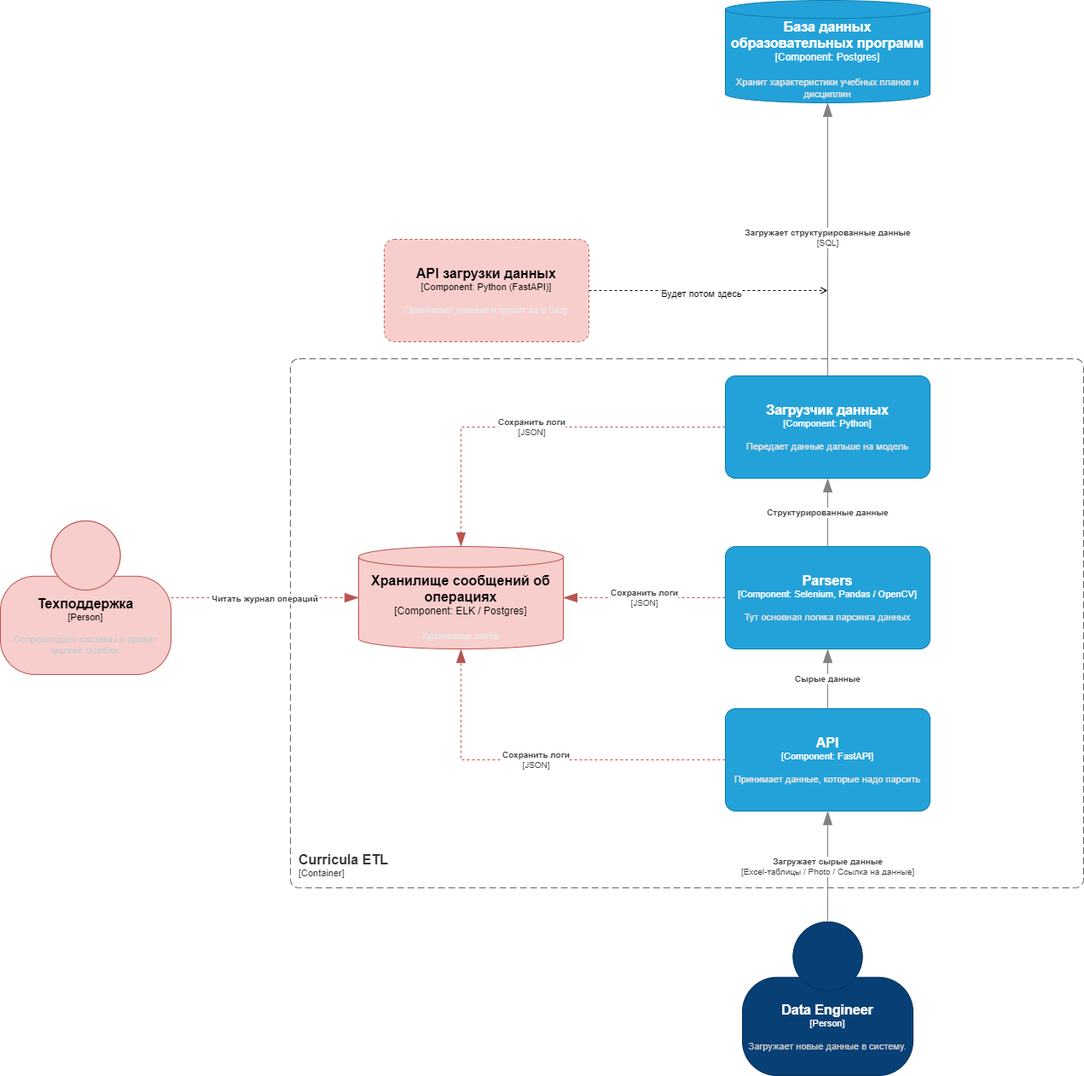
Before: Lab Work №3/docs/SSAD 3.png, a diagram exported from draw.io (yunas-x/Diploma). Source tidied: cells renumbered, new cells last; positions are measured from the earlier drawing's top-left corner, leaving out a move shared by most shapes.
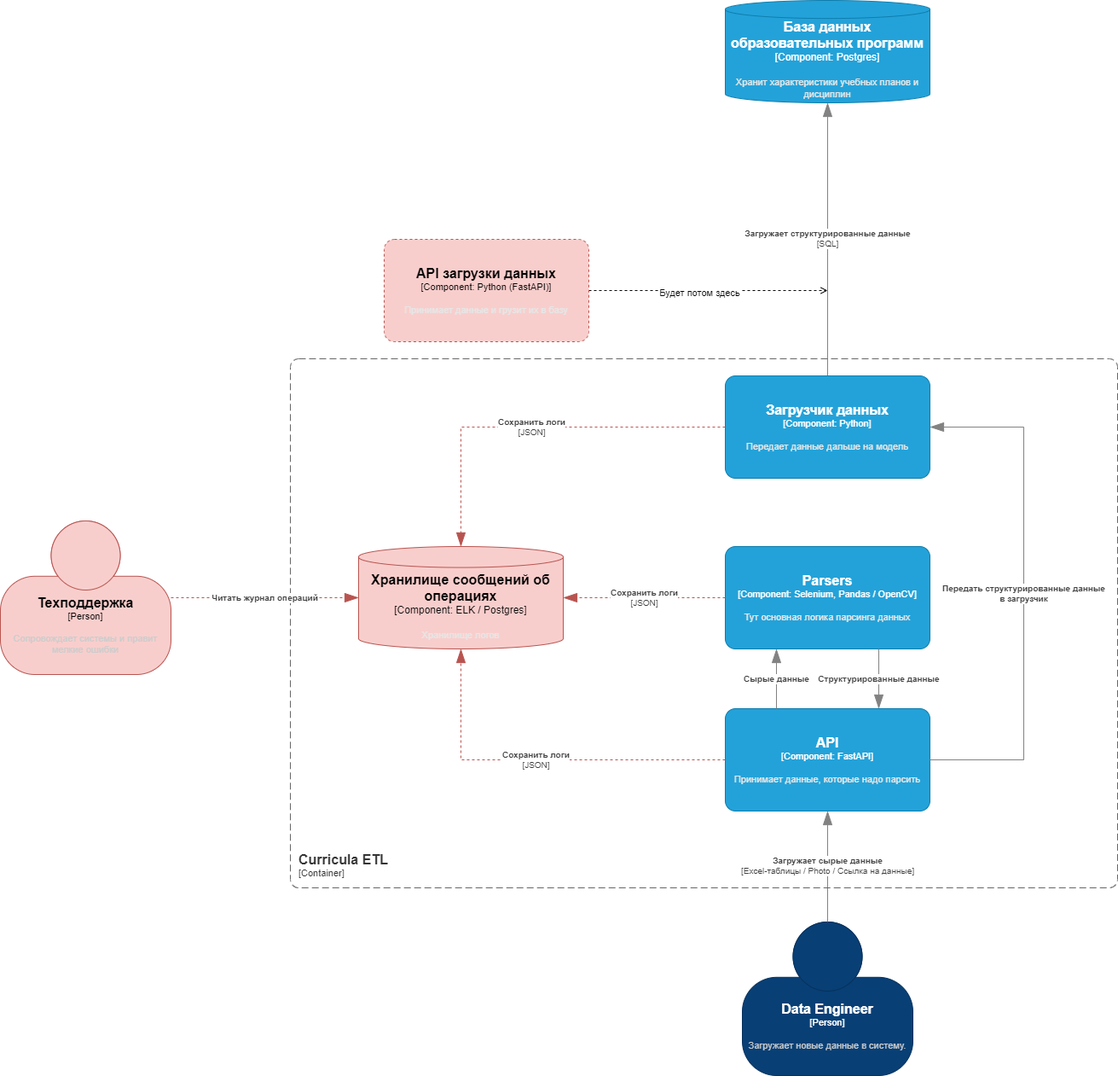
Above is the later version.

Change to the diagram source:
```diff
@@ -24,7 +24,7 @@
     </object>
     <object id="6" label="&lt;font style=&quot;font-size: 16px&quot;&gt;&lt;b&gt;&lt;div style=&quot;text-align: left&quot;&gt;%c4Name%&lt;/div&gt;&lt;/b&gt;&lt;/font&gt;&lt;div style=&quot;text-align: left&quot;&gt;[%c4Application%]&lt;/div&gt;" c4Application="Container" c4Name="Curricula ETL " c4Type="ContainerScopeBoundary" placeholders="1">
       <mxCell style="rounded=1;fontSize=11;whiteSpace=wrap;html=1;dashed=1;arcSize=20;fillColor=none;strokeColor=#666666;fontColor=#333333;labelBackgroundColor=none;align=left;verticalAlign=bottom;labelBorderColor=none;spacingTop=0;spacing=10;dashPattern=8 4;perimeter=rectanglePerimeter;noLabel=0;labelPadding=0;absoluteArcSize=1;" parent="1" vertex="1">
-        <mxGeometry x="340" y="420" width="930" height="620" as="geometry" />
+        <mxGeometry x="340" y="420" width="970" height="620" as="geometry" />
       </mxCell>
     </object>
     <object id="7" label="&lt;font style=&quot;font-size: 16px&quot;&gt;&lt;b&gt;%c4Name%&lt;/b&gt;&lt;/font&gt;&lt;div&gt;[%c4Type%: %c4Technology%]&lt;/div&gt;&lt;br&gt;&lt;div&gt;&lt;font style=&quot;font-size: 11px&quot;&gt;&lt;font color=&quot;#E6E6E6&quot;&gt;%c4Description%&lt;/font&gt;&lt;/div&gt;" c4Description="Передает данные дальше на модель" c4Name="Загрузчик данных" c4Technology="Python" c4Type="Component" placeholders="1">
@@ -38,12 +38,12 @@
       </mxCell>
     </object>
     <object id="9" label="&lt;div style=&quot;text-align: left&quot;&gt;&lt;div style=&quot;text-align: center&quot;&gt;&lt;b&gt;%c4Description%&lt;/b&gt;&lt;/div&gt;" c4Description="Сырые данные" c4Type="Relationship" placeholders="1">
-      <mxCell style="endArrow=blockThin;html=1;fontSize=10;fontColor=#404040;strokeWidth=1;endFill=1;strokeColor=#828282;elbow=vertical;endSize=14;startSize=14;jumpStyle=arc;jumpSize=16;rounded=0;edgeStyle=orthogonalEdgeStyle;" parent="1" edge="1" source="3" target="8">
+      <mxCell style="endArrow=blockThin;html=1;fontSize=10;fontColor=#404040;strokeWidth=1;endFill=1;strokeColor=#828282;elbow=vertical;endSize=14;startSize=14;jumpStyle=arc;jumpSize=16;rounded=0;edgeStyle=orthogonalEdgeStyle;exitX=0.25;exitY=0;exitDx=0;exitDy=0;exitPerimeter=0;entryX=0.25;entryY=1;entryDx=0;entryDy=0;entryPerimeter=0;" parent="1" edge="1" source="3" target="8">
         <mxGeometry relative="1" as="geometry" />
       </mxCell>
     </object>
     <object id="10" label="&lt;div style=&quot;text-align: left&quot;&gt;&lt;div style=&quot;text-align: center&quot;&gt;&lt;b&gt;%c4Description%&lt;/b&gt;&lt;/div&gt;" c4Description="Структурированные данные" c4Type="Relationship" placeholders="1">
-      <mxCell style="endArrow=blockThin;html=1;fontSize=10;fontColor=#404040;strokeWidth=1;endFill=1;strokeColor=#828282;elbow=vertical;endSize=14;startSize=14;jumpStyle=arc;jumpSize=16;rounded=0;edgeStyle=orthogonalEdgeStyle;" parent="1" edge="1" source="8" target="7">
+      <mxCell style="endArrow=blockThin;html=1;fontSize=10;fontColor=#404040;strokeWidth=1;endFill=1;strokeColor=#828282;elbow=vertical;endSize=14;startSize=14;jumpStyle=arc;jumpSize=16;rounded=0;edgeStyle=orthogonalEdgeStyle;entryX=0.75;entryY=0;entryDx=0;entryDy=0;entryPerimeter=0;exitX=0.75;exitY=1;exitDx=0;exitDy=0;exitPerimeter=0;" parent="1" edge="1" source="8" target="3">
         <mxGeometry relative="1" as="geometry" />
       </mxCell>
     </object>
@@ -99,5 +99,15 @@
         <mxGeometry x="450" y="280" width="240" height="120" as="geometry" />
       </mxCell>
     </object>
+    <object id="21" label="&lt;div style=&quot;text-align: left&quot;&gt;&lt;div style=&quot;text-align: center&quot;&gt;&lt;b&gt;%c4Description%&lt;/b&gt;&lt;/div&gt;" c4Description="Передать структурированные данные&#10;в загрузчик" c4Type="Relationship" placeholders="1">
+      <mxCell style="endArrow=blockThin;html=1;fontSize=10;fontColor=#404040;strokeWidth=1;endFill=1;strokeColor=#828282;elbow=vertical;endSize=14;startSize=14;jumpStyle=arc;jumpSize=16;rounded=0;edgeStyle=orthogonalEdgeStyle;" parent="1" edge="1" source="3" target="7">
+        <mxGeometry relative="1" as="geometry">
+          <Array as="points">
+            <mxPoint x="1200" y="890" />
+            <mxPoint x="1200" y="500" />
+          </Array>
+        </mxGeometry>
+      </mxCell>
+    </object>
   </root>
 </mxGraphModel>
```
